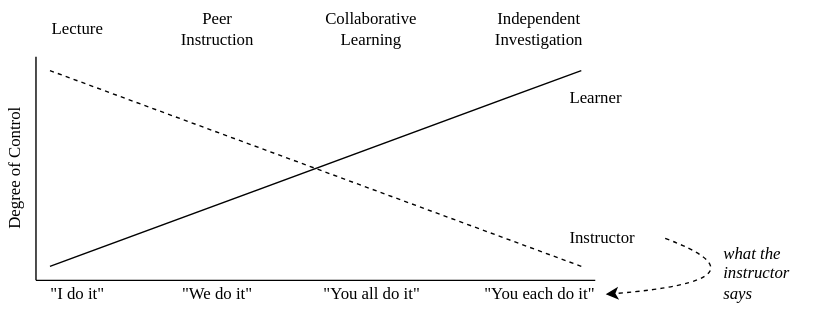
gvwilson/buildtogether.tech keeps this draw.io diagram as docs/starting/four-models-of-instruction.svg. Above is the earlier version. Source tidied: cells renumbered, new cells last; positions are measured from the earlier drawing's top-left corner, leaving out a move shared by most shapes. Its diagram source:
```xml
<mxGraphModel>
  <root>
    <mxCell id="0" />
    <mxCell id="1" parent="0" />
    <mxCell id="2" style="endArrow=none;html=1;" parent="1" edge="1">
      <mxGeometry relative="1" as="geometry">
        <mxPoint x="70" y="200" as="sourcePoint" />
        <mxPoint x="470" y="200" as="targetPoint" />
      </mxGeometry>
    </mxCell>
    <mxCell id="3" style="endArrow=none;html=1;" parent="1" edge="1">
      <mxGeometry relative="1" as="geometry">
        <mxPoint x="70" y="200" as="sourcePoint" />
        <mxPoint x="70" y="40" as="targetPoint" />
      </mxGeometry>
    </mxCell>
    <mxCell id="4" style="endArrow=none;html=1;dashed=1;" parent="1" edge="1">
      <mxGeometry relative="1" as="geometry">
        <mxPoint x="460" y="190" as="sourcePoint" />
        <mxPoint x="80" y="50" as="targetPoint" />
      </mxGeometry>
    </mxCell>
    <mxCell id="5" style="endArrow=none;html=1;" parent="1" edge="1">
      <mxGeometry relative="1" as="geometry">
        <mxPoint x="460" y="50" as="sourcePoint" />
        <mxPoint x="80" y="190" as="targetPoint" />
      </mxGeometry>
    </mxCell>
    <mxCell id="6" value="Degree of Control" style="text;html=1;strokeColor=none;fillColor=none;align=center;verticalAlign=middle;whiteSpace=wrap;rounded=0;sketch=1;fontFamily=Comic Sans MS;rotation=-90;" parent="1" vertex="1">
      <mxGeometry y="110" width="110" height="20" as="geometry" />
    </mxCell>
    <mxCell id="7" value="Instructor" style="text;html=1;strokeColor=none;fillColor=none;align=left;verticalAlign=middle;whiteSpace=wrap;rounded=0;sketch=1;fontFamily=Comic Sans MS;" parent="1" vertex="1">
      <mxGeometry x="450" y="160" width="70" height="20" as="geometry" />
    </mxCell>
    <mxCell id="8" value="Learner" style="text;html=1;strokeColor=none;fillColor=none;align=left;verticalAlign=middle;whiteSpace=wrap;rounded=0;sketch=1;fontFamily=Comic Sans MS;" parent="1" vertex="1">
      <mxGeometry x="450" y="60" width="70" height="20" as="geometry" />
    </mxCell>
    <mxCell id="9" value="Lecture" style="text;html=1;strokeColor=none;fillColor=none;align=center;verticalAlign=middle;whiteSpace=wrap;rounded=0;sketch=1;fontFamily=Comic Sans MS;" parent="1" vertex="1">
      <mxGeometry x="70" width="60" height="40" as="geometry" />
    </mxCell>
    <mxCell id="10" value="Peer&lt;br&gt;Instruction" style="text;html=1;strokeColor=none;fillColor=none;align=center;verticalAlign=middle;whiteSpace=wrap;rounded=0;sketch=1;fontFamily=Comic Sans MS;" parent="1" vertex="1">
      <mxGeometry x="160" width="80" height="40" as="geometry" />
    </mxCell>
    <mxCell id="11" value="Collaborative&lt;br&gt;Learning" style="text;html=1;strokeColor=none;fillColor=none;align=center;verticalAlign=middle;whiteSpace=wrap;rounded=0;sketch=1;fontFamily=Comic Sans MS;" parent="1" vertex="1">
      <mxGeometry x="270" width="80" height="40" as="geometry" />
    </mxCell>
    <mxCell id="12" value="Independent&lt;br&gt;Investigation" style="text;html=1;strokeColor=none;fillColor=none;align=center;verticalAlign=middle;whiteSpace=wrap;rounded=0;sketch=1;fontFamily=Comic Sans MS;" parent="1" vertex="1">
      <mxGeometry x="390" width="80" height="40" as="geometry" />
    </mxCell>
    <mxCell id="13" value="&quot;I do it&quot;" style="text;html=1;strokeColor=none;fillColor=none;align=center;verticalAlign=middle;whiteSpace=wrap;rounded=0;sketch=1;fontFamily=Comic Sans MS;" parent="1" vertex="1">
      <mxGeometry x="70" y="200" width="60" height="20" as="geometry" />
    </mxCell>
    <mxCell id="14" value="&quot;We do it&quot;" style="text;html=1;strokeColor=none;fillColor=none;align=center;verticalAlign=middle;whiteSpace=wrap;rounded=0;sketch=1;fontFamily=Comic Sans MS;" parent="1" vertex="1">
      <mxGeometry x="165" y="200" width="70" height="20" as="geometry" />
    </mxCell>
    <mxCell id="15" value="&quot;You all do it&quot;" style="text;html=1;strokeColor=none;fillColor=none;align=center;verticalAlign=middle;whiteSpace=wrap;rounded=0;sketch=1;fontFamily=Comic Sans MS;" parent="1" vertex="1">
      <mxGeometry x="267.5" y="200" width="85" height="20" as="geometry" />
    </mxCell>
    <mxCell id="16" value="&quot;You each do it&quot;" style="text;html=1;strokeColor=none;fillColor=none;align=center;verticalAlign=middle;whiteSpace=wrap;rounded=0;sketch=1;fontFamily=Comic Sans MS;" parent="1" vertex="1">
      <mxGeometry x="382.5" y="200" width="95" height="20" as="geometry" />
    </mxCell>
    <mxCell id="17" style="curved=1;endArrow=classic;html=1;dashed=1;fontFamily=Comic Sans MS;exitX=1;exitY=0.5;exitDx=0;exitDy=0;entryX=1;entryY=0.5;entryDx=0;entryDy=0;" parent="1" edge="1" source="7" target="16">
      <mxGeometry relative="1" as="geometry">
        <Array as="points">
          <mxPoint x="600" y="200" />
        </Array>
      </mxGeometry>
    </mxCell>
    <mxCell id="18" value="&lt;i&gt;what the&lt;br&gt;instructor&lt;br&gt;says&lt;/i&gt;" style="text;html=1;strokeColor=none;fillColor=none;align=left;verticalAlign=middle;whiteSpace=wrap;rounded=0;sketch=1;fontFamily=Comic Sans MS;" parent="1" vertex="1">
      <mxGeometry x="560" y="170" width="70" height="50" as="geometry" />
    </mxCell>
  </root>
</mxGraphModel>
```
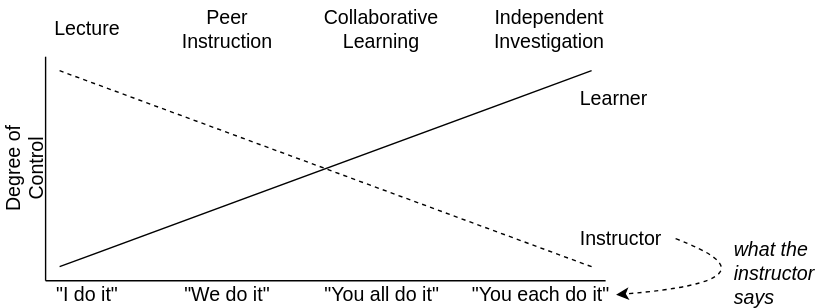
The same file after the commit.

Diff of the diagram source:
```diff
@@ -2,71 +2,71 @@
   <root>
     <mxCell id="0" />
     <mxCell id="1" parent="0" />
-    <mxCell id="2" style="endArrow=none;html=1;" parent="1" edge="1">
+    <mxCell id="2" style="endArrow=none;html=1;fontSize=14;fontFamily=Helvetica;" parent="1" edge="1">
       <mxGeometry relative="1" as="geometry">
         <mxPoint x="70" y="200" as="sourcePoint" />
         <mxPoint x="470" y="200" as="targetPoint" />
       </mxGeometry>
     </mxCell>
-    <mxCell id="3" style="endArrow=none;html=1;" parent="1" edge="1">
+    <mxCell id="3" style="endArrow=none;html=1;fontSize=14;fontFamily=Helvetica;" parent="1" edge="1">
       <mxGeometry relative="1" as="geometry">
         <mxPoint x="70" y="200" as="sourcePoint" />
         <mxPoint x="70" y="40" as="targetPoint" />
       </mxGeometry>
     </mxCell>
-    <mxCell id="4" style="endArrow=none;html=1;dashed=1;" parent="1" edge="1">
+    <mxCell id="4" style="endArrow=none;html=1;dashed=1;fontSize=14;fontFamily=Helvetica;" parent="1" edge="1">
       <mxGeometry relative="1" as="geometry">
         <mxPoint x="460" y="190" as="sourcePoint" />
         <mxPoint x="80" y="50" as="targetPoint" />
       </mxGeometry>
     </mxCell>
-    <mxCell id="5" style="endArrow=none;html=1;" parent="1" edge="1">
+    <mxCell id="5" style="endArrow=none;html=1;fontSize=14;fontFamily=Helvetica;" parent="1" edge="1">
       <mxGeometry relative="1" as="geometry">
         <mxPoint x="460" y="50" as="sourcePoint" />
         <mxPoint x="80" y="190" as="targetPoint" />
       </mxGeometry>
     </mxCell>
-    <mxCell id="6" value="Degree of Control" style="text;html=1;strokeColor=none;fillColor=none;align=center;verticalAlign=middle;whiteSpace=wrap;rounded=0;sketch=1;fontFamily=Comic Sans MS;rotation=-90;" parent="1" vertex="1">
+    <mxCell id="6" value="Degree of Control" style="text;html=1;strokeColor=none;fillColor=none;align=center;verticalAlign=middle;whiteSpace=wrap;rounded=0;fontFamily=Helvetica;rotation=-90;fontSize=14;" parent="1" vertex="1">
       <mxGeometry y="110" width="110" height="20" as="geometry" />
     </mxCell>
-    <mxCell id="7" value="Instructor" style="text;html=1;strokeColor=none;fillColor=none;align=left;verticalAlign=middle;whiteSpace=wrap;rounded=0;sketch=1;fontFamily=Comic Sans MS;" parent="1" vertex="1">
+    <mxCell id="7" value="Instructor" style="text;html=1;strokeColor=none;fillColor=none;align=left;verticalAlign=middle;whiteSpace=wrap;rounded=0;fontFamily=Helvetica;fontSize=14;" parent="1" vertex="1">
       <mxGeometry x="450" y="160" width="70" height="20" as="geometry" />
     </mxCell>
-    <mxCell id="8" value="Learner" style="text;html=1;strokeColor=none;fillColor=none;align=left;verticalAlign=middle;whiteSpace=wrap;rounded=0;sketch=1;fontFamily=Comic Sans MS;" parent="1" vertex="1">
+    <mxCell id="8" value="Learner" style="text;html=1;strokeColor=none;fillColor=none;align=left;verticalAlign=middle;whiteSpace=wrap;rounded=0;fontFamily=Helvetica;fontSize=14;" parent="1" vertex="1">
       <mxGeometry x="450" y="60" width="70" height="20" as="geometry" />
     </mxCell>
-    <mxCell id="9" value="Lecture" style="text;html=1;strokeColor=none;fillColor=none;align=center;verticalAlign=middle;whiteSpace=wrap;rounded=0;sketch=1;fontFamily=Comic Sans MS;" parent="1" vertex="1">
+    <mxCell id="9" value="Lecture" style="text;html=1;strokeColor=none;fillColor=none;align=center;verticalAlign=middle;whiteSpace=wrap;rounded=0;fontFamily=Helvetica;fontSize=14;" parent="1" vertex="1">
       <mxGeometry x="70" width="60" height="40" as="geometry" />
     </mxCell>
-    <mxCell id="10" value="Peer&lt;br&gt;Instruction" style="text;html=1;strokeColor=none;fillColor=none;align=center;verticalAlign=middle;whiteSpace=wrap;rounded=0;sketch=1;fontFamily=Comic Sans MS;" parent="1" vertex="1">
+    <mxCell id="10" value="Peer&lt;br style=&quot;font-size: 14px;&quot;&gt;Instruction" style="text;html=1;strokeColor=none;fillColor=none;align=center;verticalAlign=middle;whiteSpace=wrap;rounded=0;fontFamily=Helvetica;fontSize=14;" parent="1" vertex="1">
       <mxGeometry x="160" width="80" height="40" as="geometry" />
     </mxCell>
-    <mxCell id="11" value="Collaborative&lt;br&gt;Learning" style="text;html=1;strokeColor=none;fillColor=none;align=center;verticalAlign=middle;whiteSpace=wrap;rounded=0;sketch=1;fontFamily=Comic Sans MS;" parent="1" vertex="1">
+    <mxCell id="11" value="Collaborative&lt;br style=&quot;font-size: 14px;&quot;&gt;Learning" style="text;html=1;strokeColor=none;fillColor=none;align=center;verticalAlign=middle;whiteSpace=wrap;rounded=0;fontFamily=Helvetica;fontSize=14;" parent="1" vertex="1">
       <mxGeometry x="270" width="80" height="40" as="geometry" />
     </mxCell>
-    <mxCell id="12" value="Independent&lt;br&gt;Investigation" style="text;html=1;strokeColor=none;fillColor=none;align=center;verticalAlign=middle;whiteSpace=wrap;rounded=0;sketch=1;fontFamily=Comic Sans MS;" parent="1" vertex="1">
+    <mxCell id="12" value="Independent&lt;br style=&quot;font-size: 14px;&quot;&gt;Investigation" style="text;html=1;strokeColor=none;fillColor=none;align=center;verticalAlign=middle;whiteSpace=wrap;rounded=0;fontFamily=Helvetica;fontSize=14;" parent="1" vertex="1">
       <mxGeometry x="390" width="80" height="40" as="geometry" />
     </mxCell>
-    <mxCell id="13" value="&quot;I do it&quot;" style="text;html=1;strokeColor=none;fillColor=none;align=center;verticalAlign=middle;whiteSpace=wrap;rounded=0;sketch=1;fontFamily=Comic Sans MS;" parent="1" vertex="1">
+    <mxCell id="13" value="&quot;I do it&quot;" style="text;html=1;strokeColor=none;fillColor=none;align=center;verticalAlign=middle;whiteSpace=wrap;rounded=0;fontFamily=Helvetica;fontSize=14;" parent="1" vertex="1">
       <mxGeometry x="70" y="200" width="60" height="20" as="geometry" />
     </mxCell>
-    <mxCell id="14" value="&quot;We do it&quot;" style="text;html=1;strokeColor=none;fillColor=none;align=center;verticalAlign=middle;whiteSpace=wrap;rounded=0;sketch=1;fontFamily=Comic Sans MS;" parent="1" vertex="1">
+    <mxCell id="14" value="&quot;We do it&quot;" style="text;html=1;strokeColor=none;fillColor=none;align=center;verticalAlign=middle;whiteSpace=wrap;rounded=0;fontFamily=Helvetica;fontSize=14;" parent="1" vertex="1">
       <mxGeometry x="165" y="200" width="70" height="20" as="geometry" />
     </mxCell>
-    <mxCell id="15" value="&quot;You all do it&quot;" style="text;html=1;strokeColor=none;fillColor=none;align=center;verticalAlign=middle;whiteSpace=wrap;rounded=0;sketch=1;fontFamily=Comic Sans MS;" parent="1" vertex="1">
+    <mxCell id="15" value="&quot;You all do it&quot;" style="text;html=1;strokeColor=none;fillColor=none;align=center;verticalAlign=middle;whiteSpace=wrap;rounded=0;fontFamily=Helvetica;fontSize=14;" parent="1" vertex="1">
       <mxGeometry x="267.5" y="200" width="85" height="20" as="geometry" />
     </mxCell>
-    <mxCell id="16" value="&quot;You each do it&quot;" style="text;html=1;strokeColor=none;fillColor=none;align=center;verticalAlign=middle;whiteSpace=wrap;rounded=0;sketch=1;fontFamily=Comic Sans MS;" parent="1" vertex="1">
-      <mxGeometry x="382.5" y="200" width="95" height="20" as="geometry" />
+    <mxCell id="16" value="&quot;You each do it&quot;" style="text;html=1;strokeColor=none;fillColor=none;align=center;verticalAlign=middle;whiteSpace=wrap;rounded=0;fontFamily=Helvetica;fontSize=14;" parent="1" vertex="1">
+      <mxGeometry x="370" y="200" width="107.5" height="20" as="geometry" />
     </mxCell>
-    <mxCell id="17" style="curved=1;endArrow=classic;html=1;dashed=1;fontFamily=Comic Sans MS;exitX=1;exitY=0.5;exitDx=0;exitDy=0;entryX=1;entryY=0.5;entryDx=0;entryDy=0;" parent="1" edge="1" source="7" target="16">
+    <mxCell id="17" style="curved=1;endArrow=classic;html=1;dashed=1;fontFamily=Helvetica;exitX=1;exitY=0.5;exitDx=0;exitDy=0;entryX=1;entryY=0.5;entryDx=0;entryDy=0;fontSize=14;" parent="1" edge="1" source="7" target="16">
       <mxGeometry relative="1" as="geometry">
         <Array as="points">
           <mxPoint x="600" y="200" />
         </Array>
       </mxGeometry>
     </mxCell>
-    <mxCell id="18" value="&lt;i&gt;what the&lt;br&gt;instructor&lt;br&gt;says&lt;/i&gt;" style="text;html=1;strokeColor=none;fillColor=none;align=left;verticalAlign=middle;whiteSpace=wrap;rounded=0;sketch=1;fontFamily=Comic Sans MS;" parent="1" vertex="1">
+    <mxCell id="18" value="&lt;i style=&quot;font-size: 14px;&quot;&gt;what the&lt;br style=&quot;font-size: 14px;&quot;&gt;instructor&lt;br style=&quot;font-size: 14px;&quot;&gt;says&lt;/i&gt;" style="text;html=1;strokeColor=none;fillColor=none;align=left;verticalAlign=middle;whiteSpace=wrap;rounded=0;fontFamily=Helvetica;fontSize=14;" parent="1" vertex="1">
       <mxGeometry x="560" y="170" width="70" height="50" as="geometry" />
     </mxCell>
   </root>
```
